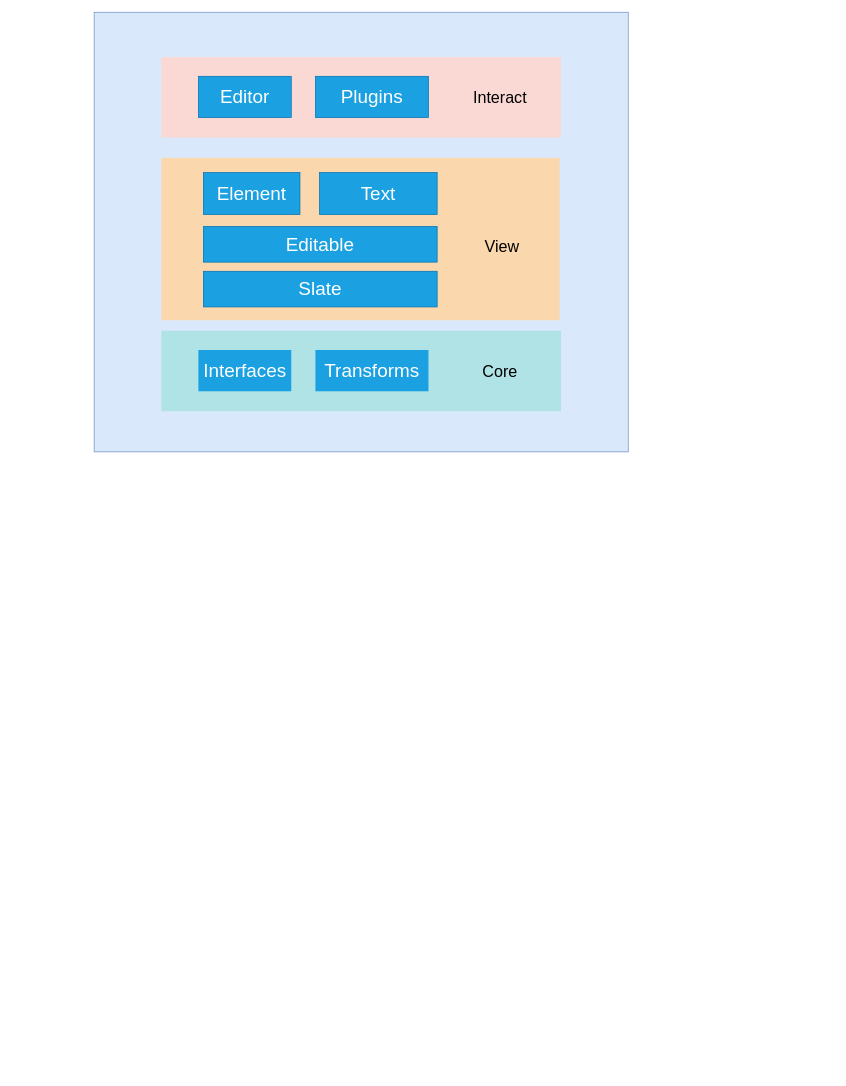
This is slate.drawio from xrr2016/drawio-files, a draw.io file, before an edit. Source tidied: cells renumbered, new cells numbered last; positions are measured from the earlier drawing's top-left corner, leaving out a move shared by most shapes. Both pictures are drawn from the tidied source at 70%, with x=0, y=0 at pixel (94, 12).
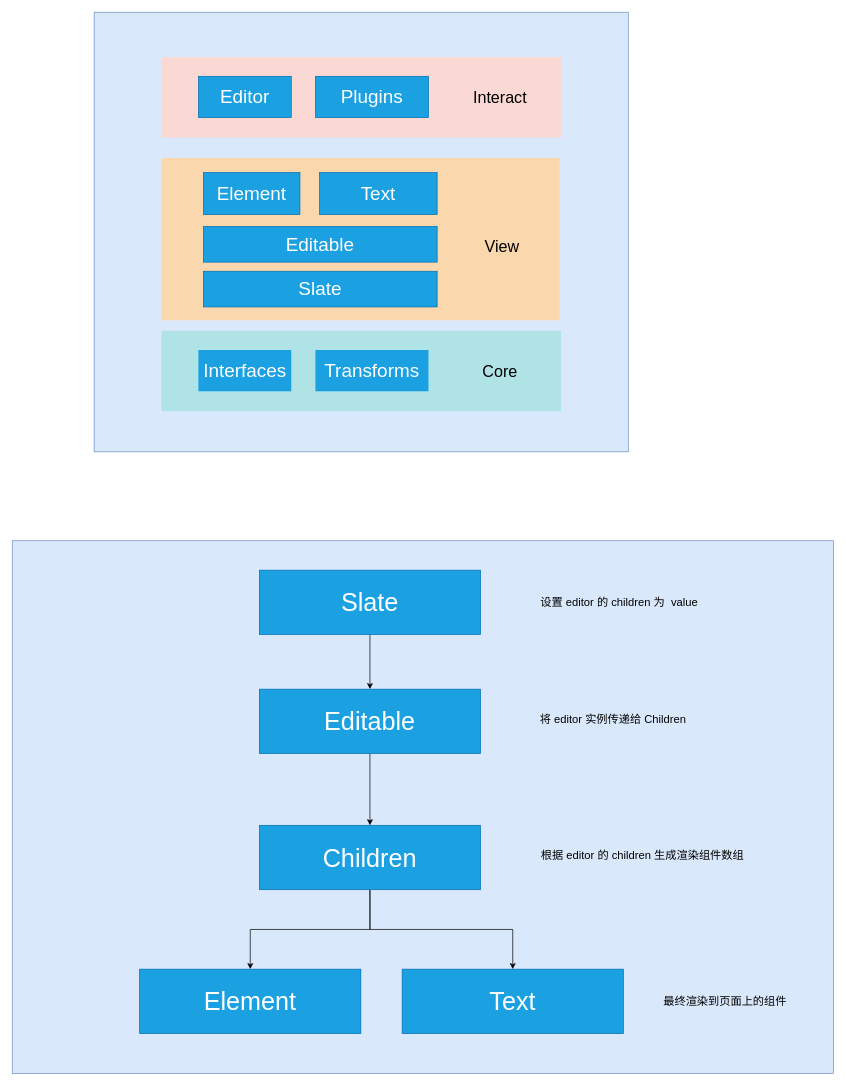
The same diagram, later.

Diff of the diagram source:
```diff
@@
+    <mxCell id="17" style="whiteSpace=wrap;html=1;fontSize=23;fillColor=#dae8fc;strokeColor=#6c8ebf;" parent="1" vertex="1">
+      <mxGeometry x="-117" y="755" width="1173" height="761" as="geometry" />
+    </mxCell>
@@
+    <mxCell id="18" style="edgeStyle=orthogonalEdgeStyle;rounded=0;jettySize=auto;html=1;fontSize=36;fontColor=#FFFFFF;" parent="1" edge="1" source="19" target="21">
+      <mxGeometry relative="1" as="geometry" />
+    </mxCell>
+    <mxCell id="19" value="Slate" style="text;html=1;strokeColor=#006EAF;fillColor=#1ba1e2;align=center;verticalAlign=middle;whiteSpace=wrap;rounded=0;fontSize=36;fontColor=#ffffff;" parent="1" vertex="1">
+      <mxGeometry x="236" y="797" width="316" height="92" as="geometry" />
+    </mxCell>
+    <mxCell id="20" style="edgeStyle=orthogonalEdgeStyle;rounded=0;jettySize=auto;html=1;fontSize=16;fontColor=#000000;" parent="1" edge="1" source="21" target="24">
+      <mxGeometry relative="1" as="geometry" />
+    </mxCell>
+    <mxCell id="21" value="Editable" style="text;html=1;strokeColor=#006EAF;fillColor=#1ba1e2;align=center;verticalAlign=middle;whiteSpace=wrap;rounded=0;fontSize=36;fontColor=#ffffff;" parent="1" vertex="1">
+      <mxGeometry x="236" y="967" width="316" height="92" as="geometry" />
+    </mxCell>
+    <mxCell id="22" style="edgeStyle=orthogonalEdgeStyle;rounded=0;jettySize=auto;html=1;fontSize=16;fontColor=#000000;" parent="1" edge="1" source="24" target="25">
+      <mxGeometry relative="1" as="geometry" />
+    </mxCell>
+    <mxCell id="23" style="edgeStyle=orthogonalEdgeStyle;rounded=0;jettySize=auto;html=1;fontSize=16;fontColor=#000000;" parent="1" edge="1" source="24" target="26">
+      <mxGeometry relative="1" as="geometry" />
+    </mxCell>
+    <mxCell id="24" value="Children" style="text;html=1;strokeColor=#006EAF;fillColor=#1ba1e2;align=center;verticalAlign=middle;whiteSpace=wrap;rounded=0;fontSize=36;fontColor=#ffffff;" parent="1" vertex="1">
+      <mxGeometry x="236" y="1161.5" width="316" height="92" as="geometry" />
+    </mxCell>
+    <mxCell id="25" value="Element" style="text;html=1;strokeColor=#006EAF;fillColor=#1ba1e2;align=center;verticalAlign=middle;whiteSpace=wrap;rounded=0;fontSize=36;fontColor=#ffffff;" parent="1" vertex="1">
+      <mxGeometry x="65" y="1367" width="316" height="92" as="geometry" />
+    </mxCell>
+    <mxCell id="26" value="Text" style="text;html=1;strokeColor=#006EAF;fillColor=#1ba1e2;align=center;verticalAlign=middle;whiteSpace=wrap;rounded=0;fontSize=36;fontColor=#ffffff;" parent="1" vertex="1">
+      <mxGeometry x="440" y="1367" width="316" height="92" as="geometry" />
+    </mxCell>
+    <mxCell id="27" value="设置 editor 的 children 为&amp;nbsp; value&amp;nbsp;" style="text;html=1;strokeColor=none;fillColor=none;align=center;verticalAlign=middle;whiteSpace=wrap;rounded=0;fontSize=16;" parent="1" vertex="1">
+      <mxGeometry x="632" y="793.5" width="241" height="99" as="geometry" />
+    </mxCell>
+    <mxCell id="28" value="将 editor 实例传递给 Children" style="text;html=1;strokeColor=none;fillColor=none;align=center;verticalAlign=middle;whiteSpace=wrap;rounded=0;fontSize=16;" parent="1" vertex="1">
+      <mxGeometry x="621" y="960" width="241" height="99" as="geometry" />
+    </mxCell>
+    <mxCell id="29" value="根据 editor 的 children 生成渲染组件数组" style="text;html=1;strokeColor=none;fillColor=none;align=center;verticalAlign=middle;whiteSpace=wrap;rounded=0;fontSize=16;" parent="1" vertex="1">
+      <mxGeometry x="632" y="1154.5" width="303" height="99" as="geometry" />
+    </mxCell>
+    <mxCell id="30" value="最终渲染到页面上的组件" style="text;html=1;strokeColor=none;fillColor=none;align=center;verticalAlign=middle;whiteSpace=wrap;rounded=0;fontSize=16;" parent="1" vertex="1">
+      <mxGeometry x="781" y="1363.5" width="241" height="99" as="geometry" />
+    </mxCell>
```
